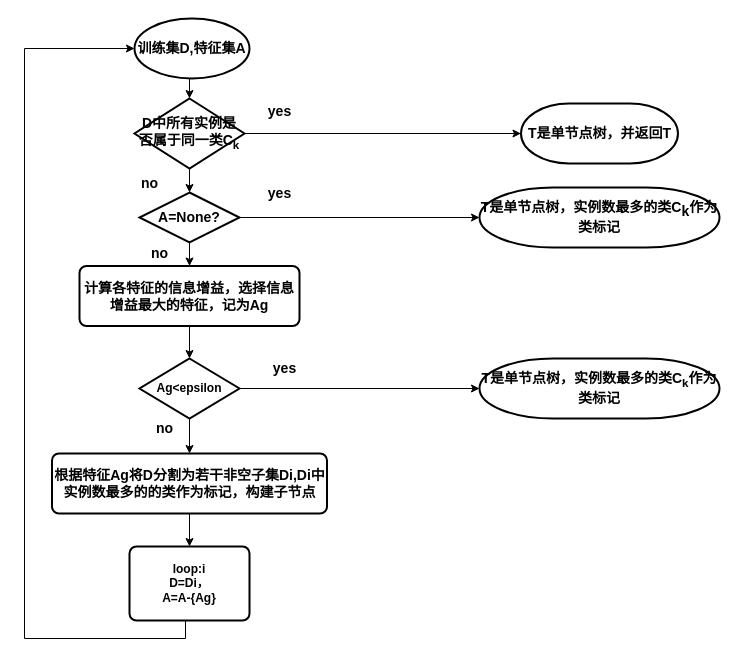
Earlier version of the draw.io diagram decision_tree_id3.drawio (hupidong/draw.io). Source tidied: cells renumbered, new cells numbered last; positions are measured from the earlier drawing's top-left corner, leaving out a move shared by most shapes. Both pictures are drawn from the tidied source at 100%, with x=0, y=0 at pixel (24, 18).
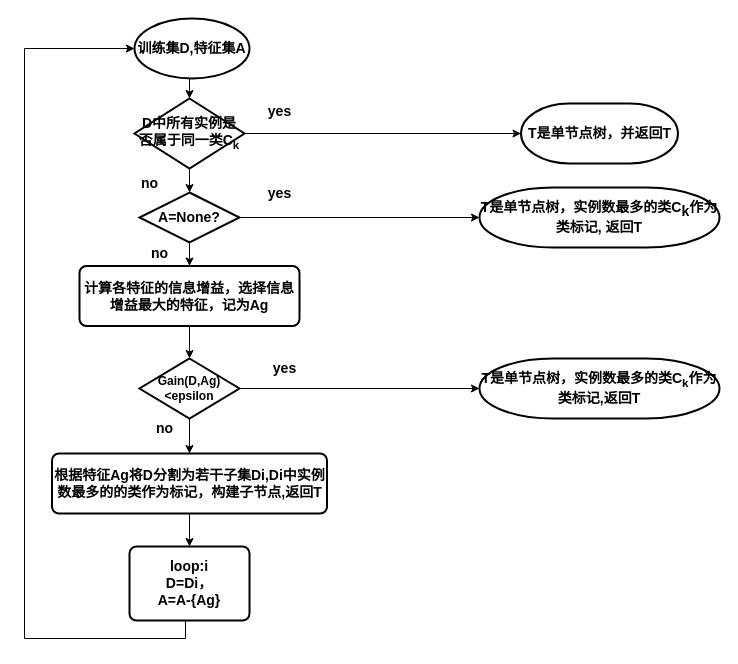
Above is the later version.

Change to the diagram source:
```diff
@@
-    <mxCell id="11" value="&lt;b style=&quot;font-size: 14px;&quot;&gt;T是单节点树，实例数最多的类C&lt;sub style=&quot;font-size: 14px;&quot;&gt;k&lt;/sub&gt;作为类标记&lt;/b&gt;" style="strokeWidth=2;html=1;shape=mxgraph.flowchart.terminator;whiteSpace=wrap;fontSize=14;" parent="1" vertex="1">
+    <mxCell id="11" value="&lt;b style=&quot;font-size: 14px&quot;&gt;T是单节点树，实例数最多的类C&lt;sub style=&quot;font-size: 14px&quot;&gt;k&lt;/sub&gt;作为类标记, 返回T&lt;/b&gt;" style="strokeWidth=2;html=1;shape=mxgraph.flowchart.terminator;whiteSpace=wrap;fontSize=14;" parent="1" vertex="1">
       <mxGeometry x="455" y="169" width="240" height="60" as="geometry" />
     </mxCell>
@@
-    <mxCell id="16" value="&lt;b&gt;Ag&amp;lt;epsilon&lt;/b&gt;" style="strokeWidth=2;html=1;shape=mxgraph.flowchart.decision;whiteSpace=wrap;" parent="1" vertex="1">
+    <mxCell id="16" value="&lt;b&gt;Gain(D,Ag)&amp;lt;epsilon&lt;/b&gt;" style="strokeWidth=2;html=1;shape=mxgraph.flowchart.decision;whiteSpace=wrap;" parent="1" vertex="1">
       <mxGeometry x="115" y="340" width="100" height="60" as="geometry" />
     </mxCell>
-    <mxCell id="17" value="&lt;b style=&quot;font-size: 14px&quot;&gt;T是单节点树，实例数最多的类C&lt;sub&gt;k&lt;/sub&gt;作为类标记&lt;/b&gt;" style="strokeWidth=2;html=1;shape=mxgraph.flowchart.terminator;whiteSpace=wrap;" parent="1" vertex="1">
+    <mxCell id="17" value="&lt;b style=&quot;font-size: 14px&quot;&gt;T是单节点树，实例数最多的类C&lt;sub&gt;k&lt;/sub&gt;作为类标记,返回T&lt;/b&gt;" style="strokeWidth=2;html=1;shape=mxgraph.flowchart.terminator;whiteSpace=wrap;" parent="1" vertex="1">
       <mxGeometry x="455" y="340" width="240" height="60" as="geometry" />
     </mxCell>
@@
-    <mxCell id="19" value="&lt;b&gt;&lt;font style=&quot;font-size: 14px&quot;&gt;根据特征Ag将D分割为若干非空子集Di,Di中实例数最多的的类作为标记，构建子节点&lt;/font&gt;&lt;/b&gt;" style="rounded=1;whiteSpace=wrap;html=1;absoluteArcSize=1;arcSize=14;strokeWidth=2;" parent="1" vertex="1">
+    <mxCell id="19" value="&lt;b&gt;&lt;font style=&quot;font-size: 14px&quot;&gt;根据特征Ag将D分割为若干子集Di,Di中实例数最多的的类作为标记，构建子节点,返回T&lt;/font&gt;&lt;/b&gt;" style="rounded=1;whiteSpace=wrap;html=1;absoluteArcSize=1;arcSize=14;strokeWidth=2;" parent="1" vertex="1">
       <mxGeometry x="27.5" y="435" width="275" height="60" as="geometry" />
     </mxCell>
@@
-    <mxCell id="21" value="&lt;b&gt;loop:i&lt;br&gt;D=Di，&lt;br&gt;A=A-{Ag}&lt;/b&gt;" style="rounded=1;whiteSpace=wrap;html=1;absoluteArcSize=1;arcSize=14;strokeWidth=2;" parent="1" vertex="1">
+    <mxCell id="21" value="&lt;span style=&quot;font-size: 14px;&quot;&gt;loop:i&lt;br style=&quot;font-size: 14px;&quot;&gt;D=Di，&lt;br style=&quot;font-size: 14px;&quot;&gt;A=A-{Ag}&lt;/span&gt;" style="rounded=1;whiteSpace=wrap;html=1;absoluteArcSize=1;arcSize=14;strokeWidth=2;fontSize=14;fontStyle=1;" parent="1" vertex="1">
       <mxGeometry x="105" y="528" width="120" height="74" as="geometry" />
     </mxCell>
```
